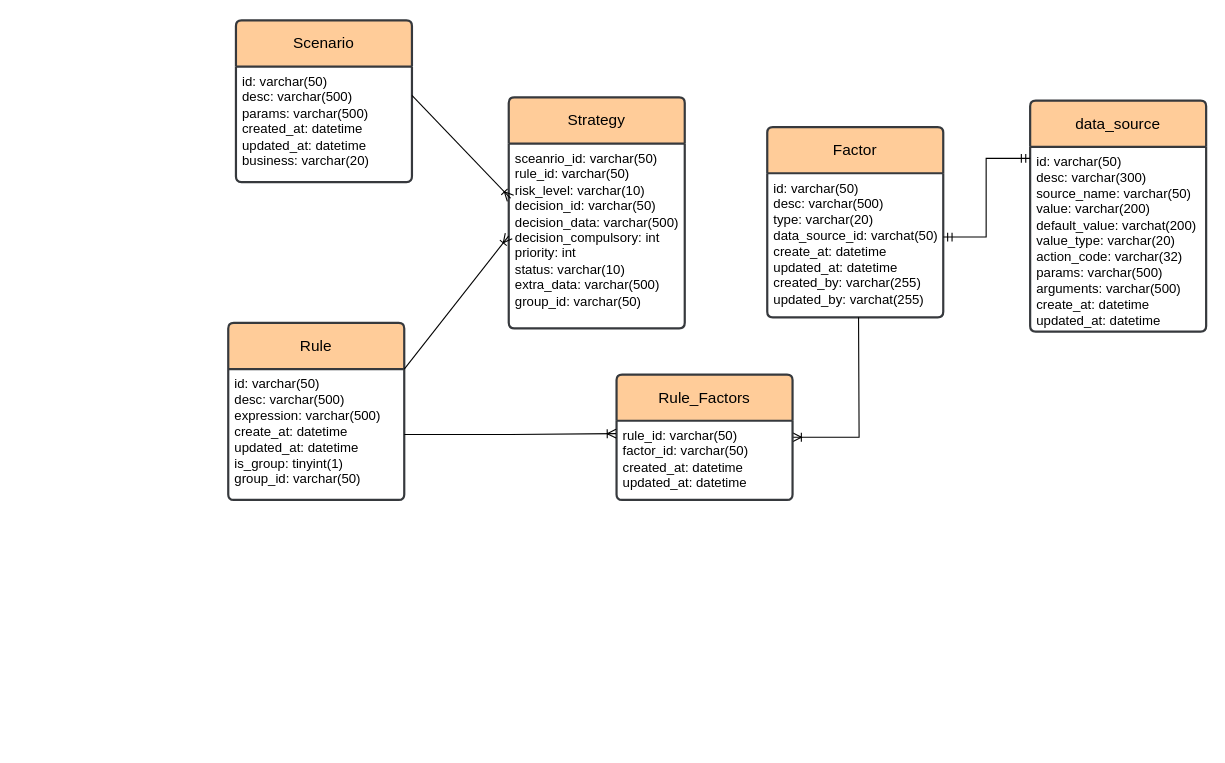
Earlier version of the draw.io diagram pictures/hammurabi-er1.drawio (Pumpkin9841/pictures). Source tidied: cells renumbered, new cells numbered last; positions are measured from the earlier drawing's top-left corner, leaving out a move shared by most shapes. Both pictures are drawn from the tidied source at 110%, with x=0, y=0 at pixel (228, 20).
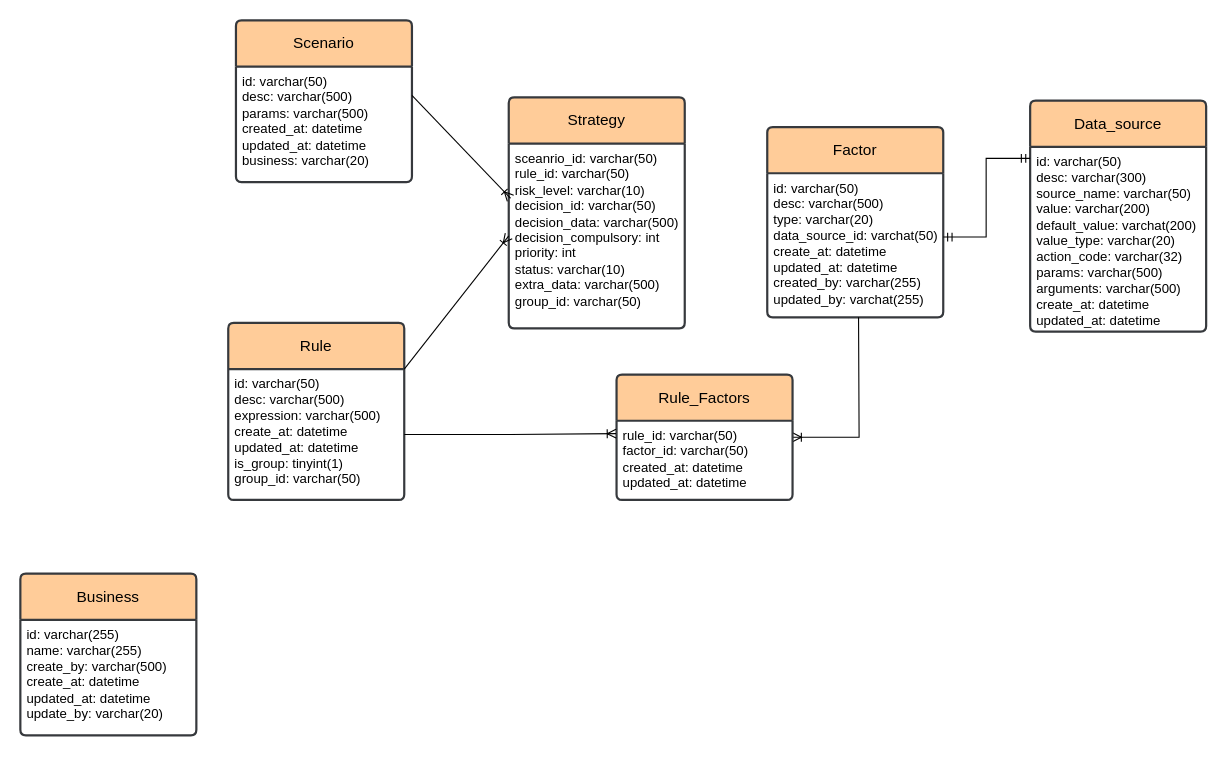
The same diagram, later.

Change to the diagram source:
```diff
@@
-    <mxCell id="11" value="data_source" style="swimlane;horizontal=1;startSize=42;rounded=1;fontSize=14;fontStyle=0;strokeWidth=2;shadow=0;dashed=0;align=center;arcSize=4;whiteSpace=wrap;html=1;fillColor=#ffcc99;strokeColor=#36393d;" parent="1" vertex="1">
+    <mxCell id="11" value="Data_source" style="swimlane;horizontal=1;startSize=42;rounded=1;fontSize=14;fontStyle=0;strokeWidth=2;shadow=0;dashed=0;align=center;arcSize=4;whiteSpace=wrap;html=1;fillColor=#ffcc99;strokeColor=#36393d;" parent="1" vertex="1">
       <mxGeometry x="729" y="73" width="160" height="210" as="geometry" />
     </mxCell>
@@
+    <mxCell id="25" value="Business" style="swimlane;horizontal=1;startSize=42;rounded=1;fontSize=14;fontStyle=0;strokeWidth=2;shadow=0;dashed=0;align=center;arcSize=4;whiteSpace=wrap;html=1;fillColor=#ffcc99;strokeColor=#36393d;" parent="1" vertex="1">
+      <mxGeometry x="-189" y="503" width="160" height="147" as="geometry" />
+    </mxCell>
+    <mxCell id="26" value="id: varchar(255)&lt;br&gt;name: varchar(255)&lt;br&gt;create_by: varchar(500)&lt;br&gt;create_at: datetime&lt;br&gt;updated_at: datetime&lt;br&gt;update_by: varchar(20)" style="align=left;strokeColor=none;fillColor=none;spacingLeft=4;fontSize=12;verticalAlign=top;html=1;" parent="25" vertex="1">
+      <mxGeometry y="42" width="160" height="105" as="geometry" />
+    </mxCell>
+    <mxCell id="27" style="edgeStyle=orthogonalEdgeStyle;rounded=0;orthogonalLoop=1;jettySize=auto;html=1;exitX=0.5;exitY=1;exitDx=0;exitDy=0;" parent="25" edge="1" source="26" target="26">
+      <mxGeometry relative="1" as="geometry" />
+    </mxCell>
```
